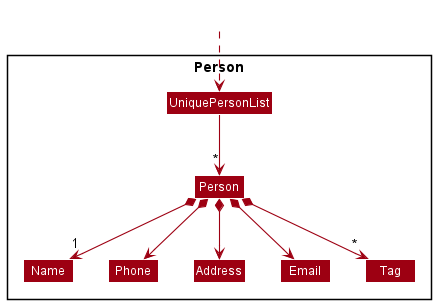
ryanongra/tp keeps this PlantUML diagram as docs/images/PersonClassDiagram.png. Above is the earlier version.
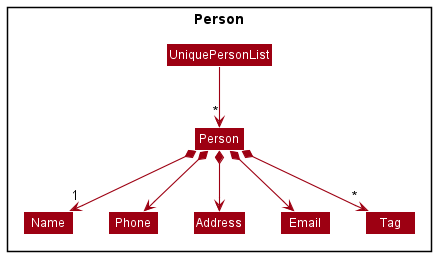
After the change.

Commit message:
Export image from plant uml

Change to the diagram source:
```diff
@@ -14,9 +14,6 @@
 class Tag
 }
 
-Class HiddenOutside #FFFFFF
-HiddenOutside ..> UniquePersonList
-
 UniquePersonList --> "*" Person
 Person *--> "1" Name
 Person *--> Phone
```
